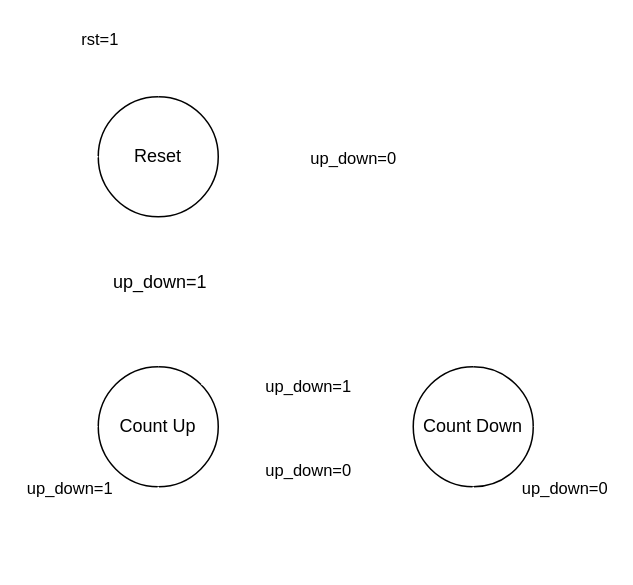
This is 1/FSM.drawio from gordonpow/lab_hardware_test, a draw.io file, before an edit. Source tidied: cells renumbered, new cells numbered last; positions are measured from the earlier drawing's top-left corner, leaving out a move shared by most shapes. Both pictures are drawn from the tidied source at 150%, with x=0, y=0 at pixel (52, 36).
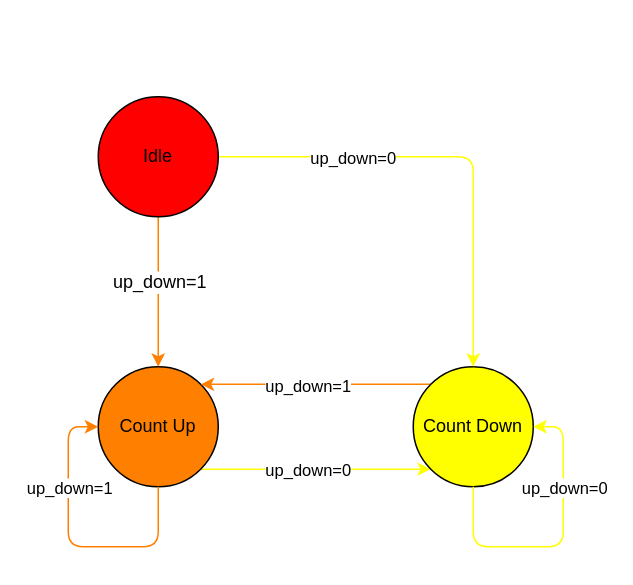
The same page after the edit.

Diff of the diagram source:
```diff
@@
-    <mxCell id="2" style="edgeStyle=none;html=1;exitX=1;exitY=1;exitDx=0;exitDy=0;entryX=0;entryY=1;entryDx=0;entryDy=0;fillColor=#f5f5f5;strokeColor=#FFFFFF;" parent="1" edge="1" source="4" target="7">
+    <mxCell id="2" style="edgeStyle=none;html=1;exitX=1;exitY=1;exitDx=0;exitDy=0;entryX=0;entryY=1;entryDx=0;entryDy=0;fillColor=#f5f5f5;strokeColor=#FFFF00;" parent="1" edge="1" source="4" target="7">
       <mxGeometry relative="1" as="geometry" />
     </mxCell>
-    <mxCell id="3" value="up_down=0" style="edgeLabel;html=1;align=center;verticalAlign=middle;" parent="2" vertex="1">
+    <mxCell id="3" value="up_down=0" style="edgeLabel;html=1;align=center;verticalAlign=middle;fontColor=#000000;labelBackgroundColor=#FFFFFF;" parent="2" vertex="1">
       <mxGeometry x="-0.29" relative="1" as="geometry">
         <mxPoint x="17" as="offset" />
       </mxGeometry>
     </mxCell>
-    <mxCell id="4" value="Count Up" style="ellipse;whiteSpace=wrap;html=1;" parent="1" vertex="1">
+    <mxCell id="4" value="&lt;font color=&quot;#000000&quot;&gt;Count Up&lt;/font&gt;" style="ellipse;whiteSpace=wrap;html=1;fillColor=#FF8000;" parent="1" vertex="1">
       <mxGeometry x="30" y="220" width="80" height="80" as="geometry" />
     </mxCell>
-    <mxCell id="5" style="edgeStyle=none;html=1;exitX=0;exitY=0;exitDx=0;exitDy=0;entryX=1;entryY=0;entryDx=0;entryDy=0;fillColor=#f5f5f5;strokeColor=#FFFFFF;" parent="1" edge="1" source="7" target="4">
+    <mxCell id="5" style="edgeStyle=none;html=1;exitX=0;exitY=0;exitDx=0;exitDy=0;entryX=1;entryY=0;entryDx=0;entryDy=0;fillColor=#f5f5f5;strokeColor=#FF8000;" parent="1" edge="1" source="7" target="4">
       <mxGeometry relative="1" as="geometry" />
     </mxCell>
-    <mxCell id="6" value="up_down=1" style="edgeLabel;html=1;align=center;verticalAlign=middle;" parent="5" vertex="1">
+    <mxCell id="6" value="&lt;font&gt;up_down=1&lt;/font&gt;" style="edgeLabel;html=1;align=center;verticalAlign=middle;fontColor=#000000;labelBackgroundColor=#FFFFFF;" parent="5" vertex="1">
       <mxGeometry x="-0.31" y="1" relative="1" as="geometry">
         <mxPoint x="-29" as="offset" />
       </mxGeometry>
     </mxCell>
-    <mxCell id="7" value="Count Down" style="ellipse;whiteSpace=wrap;html=1;" parent="1" vertex="1">
+    <mxCell id="7" value="&lt;font color=&quot;#000000&quot;&gt;Count Down&lt;/font&gt;" style="ellipse;whiteSpace=wrap;html=1;fillColor=#FFFF00;" parent="1" vertex="1">
       <mxGeometry x="240" y="220" width="80" height="80" as="geometry" />
     </mxCell>
-    <mxCell id="8" style="edgeStyle=none;html=1;exitX=0.5;exitY=1;exitDx=0;exitDy=0;entryX=0.5;entryY=0;entryDx=0;entryDy=0;fillColor=#f5f5f5;strokeColor=#FFFFFF;" parent="1" edge="1" source="12" target="4">
+    <mxCell id="8" style="edgeStyle=none;html=1;exitX=0.5;exitY=1;exitDx=0;exitDy=0;entryX=0.5;entryY=0;entryDx=0;entryDy=0;fillColor=#f5f5f5;strokeColor=#FF8000;" parent="1" edge="1" source="12" target="4">
       <mxGeometry relative="1" as="geometry" />
     </mxCell>
-    <mxCell id="9" value="&lt;span style=&quot;font-size: 12px;&quot;&gt;up_down=1&lt;/span&gt;" style="edgeLabel;html=1;align=center;verticalAlign=middle;" parent="8" vertex="1">
+    <mxCell id="9" value="&lt;span style=&quot;font-size: 12px;&quot;&gt;&lt;font&gt;up_down=1&lt;/font&gt;&lt;/span&gt;" style="edgeLabel;html=1;align=center;verticalAlign=middle;fontColor=#000000;labelBackgroundColor=#FFFFFF;" parent="8" vertex="1">
       <mxGeometry x="-0.14" relative="1" as="geometry" />
     </mxCell>
-    <mxCell id="10" style="edgeStyle=none;html=1;exitX=1;exitY=0.5;exitDx=0;exitDy=0;entryX=0.5;entryY=0;entryDx=0;entryDy=0;fillColor=#f5f5f5;strokeColor=#FFFFFF;" parent="1" edge="1" source="12" target="7">
+    <mxCell id="10" style="edgeStyle=none;html=1;exitX=1;exitY=0.5;exitDx=0;exitDy=0;entryX=0.5;entryY=0;entryDx=0;entryDy=0;fillColor=#f5f5f5;strokeColor=#FFFF00;" parent="1" edge="1" source="12" target="7">
       <mxGeometry relative="1" as="geometry">
         <Array as="points">
           <mxPoint x="280" y="80" />
         </Array>
       </mxGeometry>
     </mxCell>
-    <mxCell id="11" value="up_down=0" style="edgeLabel;html=1;align=center;verticalAlign=middle;" parent="10" vertex="1">
+    <mxCell id="11" value="&lt;font&gt;up_down=0&lt;/font&gt;" style="edgeLabel;html=1;align=center;verticalAlign=middle;fontColor=#000000;labelBackgroundColor=#FFFFFF;" parent="10" vertex="1">
       <mxGeometry x="-0.32" y="-1" relative="1" as="geometry">
         <mxPoint x="-16" y="-1" as="offset" />
       </mxGeometry>
     </mxCell>
-    <mxCell id="12" value="Reset" style="ellipse;whiteSpace=wrap;html=1;" parent="1" vertex="1">
+    <mxCell id="12" value="&lt;font color=&quot;#000000&quot;&gt;Idle&lt;/font&gt;" style="ellipse;whiteSpace=wrap;html=1;fillColor=#FF0000;" parent="1" vertex="1">
       <mxGeometry x="30" y="40" width="80" height="80" as="geometry" />
     </mxCell>
-    <mxCell id="13" style="edgeStyle=none;html=1;exitX=0;exitY=0.5;exitDx=0;exitDy=0;entryX=0.5;entryY=0;entryDx=0;entryDy=0;fillColor=#f5f5f5;strokeColor=#FFFFFF;jumpStyle=none;rounded=1;" parent="1" edge="1" source="12" target="12">
-      <mxGeometry relative="1" as="geometry">
-        <Array as="points">
-          <mxPoint y="80" />
-          <mxPoint />
-          <mxPoint x="70" />
-        </Array>
-      </mxGeometry>
-    </mxCell>
-    <mxCell id="14" value="rst=1" style="edgeLabel;html=1;align=center;verticalAlign=middle;" parent="13" vertex="1">
-      <mxGeometry x="0.12" y="-1" relative="1" as="geometry">
-        <mxPoint x="17" as="offset" />
-      </mxGeometry>
-    </mxCell>
-    <mxCell id="15" style="edgeStyle=none;html=1;exitX=0.5;exitY=1;exitDx=0;exitDy=0;entryX=0;entryY=0.5;entryDx=0;entryDy=0;fillColor=#f5f5f5;strokeColor=#FFFFFF;" parent="1" edge="1" source="4" target="4">
+    <mxCell id="15" style="edgeStyle=none;html=1;exitX=0.5;exitY=1;exitDx=0;exitDy=0;entryX=0;entryY=0.5;entryDx=0;entryDy=0;fillColor=#f5f5f5;strokeColor=#FF8000;" parent="1" edge="1" source="4" target="4">
       <mxGeometry relative="1" as="geometry">
         <Array as="points">
           <mxPoint x="70" y="340" />
           <mxPoint x="10" y="340" />
           <mxPoint x="10" y="260" />
         </Array>
       </mxGeometry>
     </mxCell>
-    <mxCell id="16" value="up_down=1" style="edgeLabel;html=1;align=center;verticalAlign=middle;" parent="15" vertex="1">
+    <mxCell id="16" value="up_down=1" style="edgeLabel;html=1;align=center;verticalAlign=middle;fontColor=#000000;labelBackgroundColor=#FFFFFF;" parent="15" vertex="1">
       <mxGeometry x="-0.46" y="-2" relative="1" as="geometry">
         <mxPoint x="-46" y="-38" as="offset" />
       </mxGeometry>
     </mxCell>
-    <mxCell id="17" style="edgeStyle=none;html=1;exitX=0.5;exitY=1;exitDx=0;exitDy=0;entryX=1;entryY=0.5;entryDx=0;entryDy=0;fillColor=#f5f5f5;strokeColor=#FFFFFF;" parent="1" edge="1" source="7" target="7">
+    <mxCell id="17" style="edgeStyle=none;html=1;exitX=0.5;exitY=1;exitDx=0;exitDy=0;entryX=1;entryY=0.5;entryDx=0;entryDy=0;fillColor=#f5f5f5;strokeColor=#FFFF00;" parent="1" edge="1" source="7" target="7">
       <mxGeometry relative="1" as="geometry">
         <Array as="points">
           <mxPoint x="280" y="340" />
           <mxPoint x="340" y="340" />
           <mxPoint x="340" y="260" />
         </Array>
       </mxGeometry>
     </mxCell>
-    <mxCell id="18" value="up_down=0" style="edgeLabel;html=1;align=center;verticalAlign=middle;" parent="17" vertex="1">
+    <mxCell id="18" value="up_down=0" style="edgeLabel;html=1;align=center;verticalAlign=middle;fontColor=#000000;labelBackgroundColor=#FFFFFF;" parent="17" vertex="1">
       <mxGeometry x="0.22" relative="1" as="geometry">
         <mxPoint y="-18" as="offset" />
       </mxGeometry>
     </mxCell>
```
